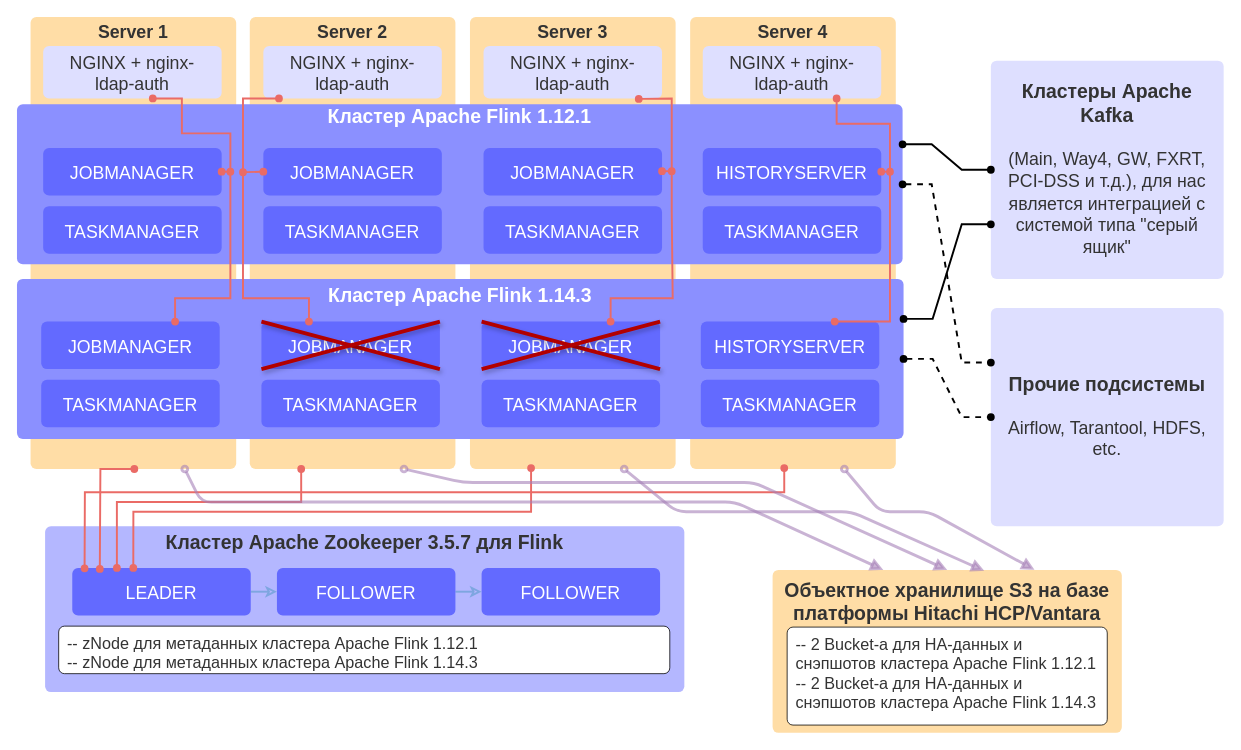
parametriq/diagrams keeps this draw.io diagram as Flink.drawio. Above is the earlier version. Source tidied: cells renumbered, new cells numbered last; positions are measured from the earlier drawing's top-left corner, leaving out a move shared by most shapes. Both pictures are drawn from the tidied source at 97%, with x=0, y=0 at pixel (16, 16).
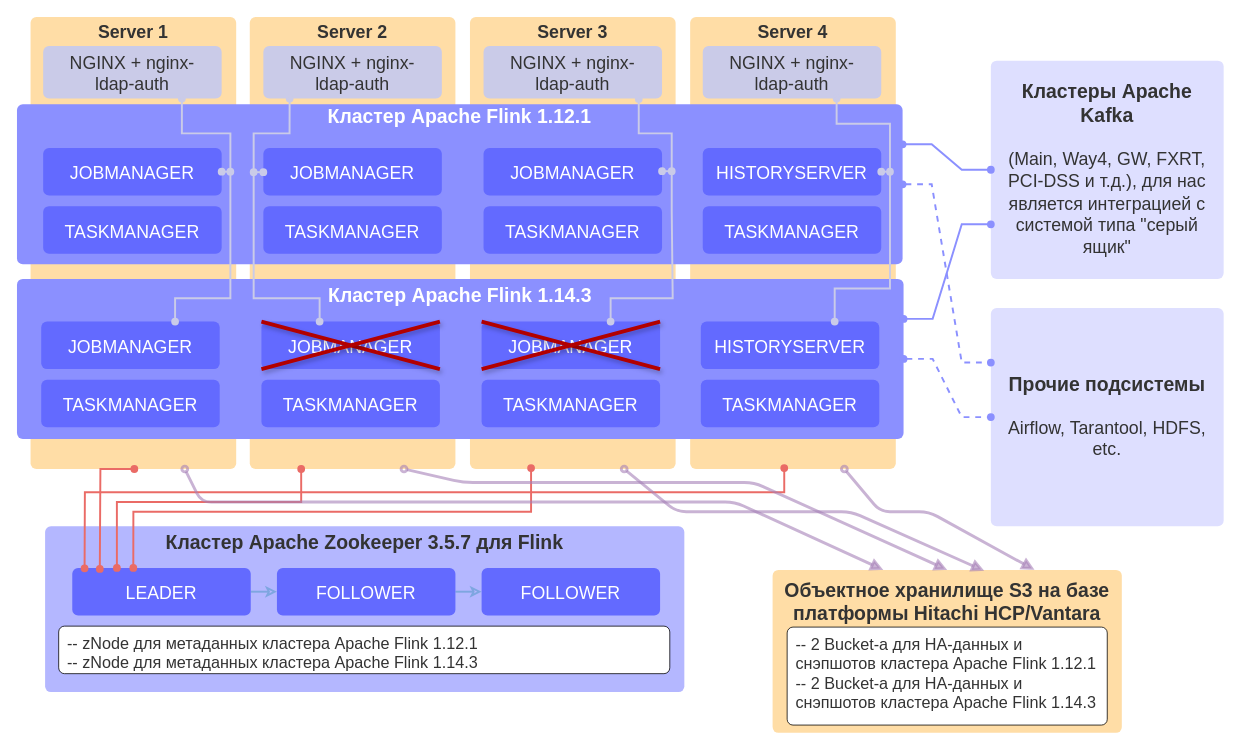
The same page after the edit.

The change refers to these unchanged cells:
```xml
<mxCell id="7" value="JOBMANAGER" style="html=1;overflow=block;blockSpacing=1;whiteSpace=wrap;fontSize=18.3;fontColor=#ffffff;align=center;spacingLeft=8.4;spacingRight=8.4;spacingTop=2.4;spacing=3.6;strokeOpacity=0;fillOpacity=100;rounded=1;absoluteArcSize=1;arcSize=12;fillColor=#636aff;strokeWidth=0.8;" parent="1" vertex="1">
  <mxGeometry x="27" y="135" width="184" height="49" as="geometry" />
</mxCell>
<mxCell id="11" value="&lt;div style=&quot;display: flex; justify-content: center; text-align: center; align-items: baseline; font-size: 0; line-height: 1.25;margin-left: 8.4px;margin-right: 8.4px;margin-top: 2.4px;margin-top: -2px;&quot;&gt;&lt;span&gt;&lt;span style=&quot;font-size:20px;color:#333333;font-weight: bold;&quot;&gt;Кластеры Apache Kafka&#10;&lt;/span&gt;&lt;/span&gt;&lt;/div&gt;&lt;div style=&quot;display: flex; justify-content: center; text-align: center; align-items: baseline; font-size: 0; line-height: 1.25;margin-top: -2px;&quot;&gt;&lt;span&gt;&lt;span style=&quot;font-size:13px;color:#333333;&quot;&gt;&lt;span style=&quot;font-size:18.3px;color:#333333;&quot;&gt;&#10;(Main, Way4, GW, FXRT, PCI-DSS и т.д.), для нас является интеграцией с системой типа &quot;серый ящик&quot;&lt;/span&gt;&lt;/span&gt;&lt;/span&gt;&lt;/div&gt;" style="html=1;overflow=block;blockSpacing=1;whiteSpace=wrap;fontSize=13;spacing=3.6;verticalAlign=middle;strokeOpacity=0;fillOpacity=100;rounded=1;absoluteArcSize=1;arcSize=12;fillColor=#dedfff;strokeWidth=0.8;" parent="1" vertex="1">
  <mxGeometry x="1004" y="45" width="240" height="225" as="geometry" />
</mxCell>
<mxCell id="20" value="JOBMANAGER" style="html=1;overflow=block;blockSpacing=1;whiteSpace=wrap;fontSize=18.3;fontColor=#ffffff;align=center;spacingLeft=8.4;spacingRight=8.4;spacingTop=2.4;spacing=3.6;strokeOpacity=0;fillOpacity=100;rounded=1;absoluteArcSize=1;arcSize=12;fillColor=#636aff;strokeWidth=0.8;" parent="1" vertex="1">
  <mxGeometry x="254" y="135" width="184" height="49" as="geometry" />
</mxCell>
<mxCell id="29" value="&lt;div style=&quot;display: flex; justify-content: center; text-align: center; align-items: baseline; font-size: 0; line-height: 1.25;margin-left: 8.4px;margin-right: 8.4px;margin-top: 2.4px;margin-top: -2px;&quot;&gt;&lt;span&gt;&lt;span style=&quot;font-size:20px;color:#333333;font-weight: bold;&quot;&gt;Прочие подсистемы&#10;&lt;/span&gt;&lt;/span&gt;&lt;/div&gt;&lt;div style=&quot;display: flex; justify-content: center; text-align: center; align-items: baseline; font-size: 0; line-height: 1.25;margin-top: -2px;&quot;&gt;&lt;span&gt;&lt;span style=&quot;font-size:13px;color:#333333;&quot;&gt;&lt;span style=&quot;font-size:18.3px;color:#333333;&quot;&gt;&#10;Airflow, Tarantool, HDFS, etc.&lt;/span&gt;&lt;/span&gt;&lt;/span&gt;&lt;/div&gt;" style="html=1;overflow=block;blockSpacing=1;whiteSpace=wrap;fontSize=13;spacing=3.6;verticalAlign=middle;strokeOpacity=0;fillOpacity=100;rounded=1;absoluteArcSize=1;arcSize=12;fillColor=#dedfff;strokeWidth=0.8;" parent="1" vertex="1">
  <mxGeometry x="1004" y="300" width="240" height="225" as="geometry" />
</mxCell>
<mxCell id="30" value="Кластер Apache Flink 1.14.3" style="html=1;overflow=block;blockSpacing=1;whiteSpace=wrap;fontSize=20;fontColor=#ffffff;fontStyle=1;spacingLeft=8.4;spacingRight=8.4;spacingTop=2.4;spacing=3.6;verticalAlign=top;strokeOpacity=0;fillOpacity=100;rounded=1;absoluteArcSize=1;arcSize=12;fillColor=#8b90ff;strokeWidth=0.8;" parent="1" vertex="1">
  <mxGeometry y="270" width="914" height="165" as="geometry" />
</mxCell>
<mxCell id="31" value="JOBMANAGER" style="html=1;overflow=block;blockSpacing=1;whiteSpace=wrap;fontSize=18.3;fontColor=#ffffff;align=center;spacingLeft=8.4;spacingRight=8.4;spacingTop=2.4;spacing=3.6;strokeOpacity=0;fillOpacity=100;rounded=1;absoluteArcSize=1;arcSize=12;fillColor=#636aff;strokeWidth=0.8;" parent="1" vertex="1">
  <mxGeometry x="25" y="314" width="184" height="49" as="geometry" />
</mxCell>
<mxCell id="37" value="HISTORYSERVER" style="html=1;overflow=block;blockSpacing=1;whiteSpace=wrap;fontSize=18.3;fontColor=#ffffff;align=center;spacingLeft=8.4;spacingRight=8.4;spacingTop=2.4;spacing=3.6;strokeOpacity=0;fillOpacity=100;rounded=1;absoluteArcSize=1;arcSize=12;fillColor=#636aff;strokeWidth=0.8;" parent="1" vertex="1">
  <mxGeometry x="705" y="314" width="184" height="49" as="geometry" />
</mxCell>
```

The edit, as a diff of the source:
```diff
@@
-    <mxCell id="6" value="&lt;div style=&quot;display: flex; justify-content: center; text-align: center; align-items: baseline; font-size: 0; line-height: 1.25;margin-left: 8.4px;margin-right: 8.4px;margin-top: 2.4px;margin-top: -2px;&quot;&gt;&lt;span&gt;&lt;span style=&quot;font-size:20px;color:#ffffff;font-weight: bold;&quot;&gt;Кластер Apache Flink 1.12.1&lt;/span&gt;&lt;span style=&quot;font-size:18.3px;color:#ffffff;&quot;&gt; &lt;/span&gt;&lt;/span&gt;&lt;/div&gt;" style="html=1;overflow=block;blockSpacing=1;whiteSpace=wrap;fontSize=13;spacing=3.6;verticalAlign=top;strokeOpacity=0;fillOpacity=100;rounded=1;absoluteArcSize=1;arcSize=12;fillColor=#8b90ff;strokeWidth=0.8;" parent="1" vertex="1">
+    <mxCell id="6" value="&lt;div style=&quot;display: flex; justify-content: center; text-align: center; align-items: baseline; font-size: 0; line-height: 1.25;margin-left: 8.4px;margin-right: 8.4px;margin-top: 2.4px;margin-top: -2px;&quot;&gt;&lt;font color=&quot;#FFFFFF&quot;&gt;&lt;b&gt;&lt;span&gt;&lt;span style=&quot;font-size: 20px;&quot;&gt;Кластер Apache Flink 1.12.1&lt;/span&gt;&lt;span style=&quot;font-size: 18.3px;&quot;&gt; &lt;/span&gt;&lt;/span&gt;&lt;/b&gt;&lt;/font&gt;&lt;/div&gt;" style="html=1;overflow=block;blockSpacing=1;whiteSpace=wrap;fontSize=13;spacing=3.6;verticalAlign=top;strokeOpacity=0;fillOpacity=100;rounded=1;absoluteArcSize=1;arcSize=12;fillColor=#8b90ff;strokeWidth=0.8;" parent="1" vertex="1">
       <mxGeometry y="90" width="913" height="165" as="geometry" />
     </mxCell>
@@
-    <mxCell id="10" value="NGINX + nginx-ldap-auth" style="html=1;overflow=block;blockSpacing=1;whiteSpace=wrap;fontSize=18.3;fontColor=#333333;align=center;spacingLeft=8.4;spacingRight=8.4;spacingTop=2.4;spacing=3.6;verticalAlign=middle;strokeOpacity=0;fillOpacity=100;rounded=1;absoluteArcSize=1;arcSize=12;fillColor=#dedfff;strokeWidth=0.8;" parent="1" vertex="1">
+    <mxCell id="10" value="NGINX + nginx-ldap-auth" style="html=1;overflow=block;blockSpacing=1;whiteSpace=wrap;fontSize=18.3;fontColor=#333333;align=center;spacingLeft=8.4;spacingRight=8.4;spacingTop=2.4;spacing=3.6;verticalAlign=middle;strokeOpacity=0;fillOpacity=100;rounded=1;absoluteArcSize=1;arcSize=12;fillColor=#CACBE8;strokeWidth=0.8;" parent="1" vertex="1">
       <mxGeometry x="27" y="30" width="184" height="54" as="geometry" />
     </mxCell>
@@
-    <mxCell id="22" value="NGINX + nginx-ldap-auth" style="html=1;overflow=block;blockSpacing=1;whiteSpace=wrap;fontSize=18.3;fontColor=#333333;align=center;spacingLeft=8.4;spacingRight=8.4;spacingTop=2.4;spacing=3.6;verticalAlign=middle;strokeOpacity=0;fillOpacity=100;rounded=1;absoluteArcSize=1;arcSize=12;fillColor=#dedfff;strokeWidth=0.8;" parent="1" vertex="1">
+    <mxCell id="22" value="NGINX + nginx-ldap-auth" style="html=1;overflow=block;blockSpacing=1;whiteSpace=wrap;fontSize=18.3;fontColor=#333333;align=center;spacingLeft=8.4;spacingRight=8.4;spacingTop=2.4;spacing=3.6;verticalAlign=middle;strokeOpacity=0;fillOpacity=100;rounded=1;absoluteArcSize=1;arcSize=12;fillColor=#CACBE8;strokeWidth=0.8;" parent="1" vertex="1">
       <mxGeometry x="254" y="30" width="184" height="54" as="geometry" />
     </mxCell>
@@
-    <mxCell id="25" value="NGINX + nginx-ldap-auth" style="html=1;overflow=block;blockSpacing=1;whiteSpace=wrap;fontSize=18.3;fontColor=#333333;align=center;spacingLeft=8.4;spacingRight=8.4;spacingTop=2.4;spacing=3.6;verticalAlign=middle;strokeOpacity=0;fillOpacity=100;rounded=1;absoluteArcSize=1;arcSize=12;fillColor=#dedfff;strokeWidth=0.8;" parent="1" vertex="1">
+    <mxCell id="25" value="NGINX + nginx-ldap-auth" style="html=1;overflow=block;blockSpacing=1;whiteSpace=wrap;fontSize=18.3;fontColor=#333333;align=center;spacingLeft=8.4;spacingRight=8.4;spacingTop=2.4;spacing=3.6;verticalAlign=middle;strokeOpacity=0;fillOpacity=100;rounded=1;absoluteArcSize=1;arcSize=12;fillColor=#CACBE8;strokeWidth=0.8;" parent="1" vertex="1">
       <mxGeometry x="481" y="30" width="184" height="54" as="geometry" />
     </mxCell>
@@
-    <mxCell id="28" value="NGINX + nginx-ldap-auth" style="html=1;overflow=block;blockSpacing=1;whiteSpace=wrap;fontSize=18.3;fontColor=#333333;align=center;spacingLeft=8.4;spacingRight=8.4;spacingTop=2.4;spacing=3.6;verticalAlign=middle;strokeOpacity=0;fillOpacity=100;rounded=1;absoluteArcSize=1;arcSize=12;fillColor=#dedfff;strokeWidth=0.8;" parent="1" vertex="1">
+    <mxCell id="28" value="NGINX + nginx-ldap-auth" style="html=1;overflow=block;blockSpacing=1;whiteSpace=wrap;fontSize=18.3;fontColor=#333333;align=center;spacingLeft=8.4;spacingRight=8.4;spacingTop=2.4;spacing=3.6;verticalAlign=middle;strokeOpacity=0;fillOpacity=100;rounded=1;absoluteArcSize=1;arcSize=12;fillColor=#CACBE8;strokeWidth=0.8;strokeColor=#CACBE8;" parent="1" vertex="1">
       <mxGeometry x="707" y="30" width="184" height="54" as="geometry" />
     </mxCell>
@@
-    <mxCell id="39" style="rounded=0;jettySize=auto;html=1;entryX=0.75;entryY=0;entryDx=0;entryDy=0;startArrow=oval;startFill=1;endArrow=oval;endFill=1;strokeWidth=2;strokeColor=#EA6B66;jumpStyle=none;" parent="1" edge="1" target="31">
+    <mxCell id="39" style="rounded=0;jettySize=auto;html=1;entryX=0.75;entryY=0;entryDx=0;entryDy=0;startArrow=oval;startFill=1;endArrow=oval;endFill=1;strokeWidth=2;strokeColor=#CACBE8;jumpStyle=none;" parent="1" edge="1" target="31">
       <mxGeometry relative="1" as="geometry">
-        <mxPoint x="140" y="84" as="sourcePoint" />
+        <mxPoint x="170" y="84" as="sourcePoint" />
         <Array as="points">
           <mxPoint x="170" y="84" />
           <mxPoint x="170" y="120" />
           <mxPoint x="220" y="120" />
           <mxPoint x="220" y="230" />
           <mxPoint x="220" y="290" />
           <mxPoint x="163" y="290" />
         </Array>
       </mxGeometry>
     </mxCell>
-    <mxCell id="40" style="edgeStyle=none;rounded=0;jumpStyle=none;orthogonalLoop=1;jettySize=auto;html=1;exitX=0.071;exitY=1;exitDx=0;exitDy=0;entryX=0.25;entryY=0;entryDx=0;entryDy=0;startArrow=oval;startFill=1;endArrow=oval;endFill=1;strokeColor=#EA6B66;strokeWidth=2;exitPerimeter=0;" parent="1" edge="1">
+    <mxCell id="40" style="edgeStyle=none;rounded=0;jumpStyle=none;orthogonalLoop=1;jettySize=auto;html=1;exitX=0.071;exitY=1;exitDx=0;exitDy=0;entryX=0.25;entryY=0;entryDx=0;entryDy=0;startArrow=oval;startFill=1;endArrow=oval;endFill=1;strokeColor=#CACBE8;strokeWidth=2;exitPerimeter=0;" parent="1" edge="1">
       <mxGeometry relative="1" as="geometry">
-        <mxPoint x="270.1" y="84" as="sourcePoint" />
-        <mxPoint x="301" y="314" as="targetPoint" />
+        <mxPoint x="281.1" y="84" as="sourcePoint" />
+        <mxPoint x="312" y="314" as="targetPoint" />
         <Array as="points">
-          <mxPoint x="233" y="84" />
-          <mxPoint x="233" y="200" />
-          <mxPoint x="233" y="290" />
-          <mxPoint x="301" y="290" />
+          <mxPoint x="281" y="120" />
+          <mxPoint x="244" y="120" />
+          <mxPoint x="244" y="200" />
+          <mxPoint x="244" y="290" />
+          <mxPoint x="312" y="290" />
         </Array>
       </mxGeometry>
     </mxCell>
-    <mxCell id="41" style="edgeStyle=none;rounded=0;jumpStyle=none;orthogonalLoop=1;jettySize=auto;html=1;exitX=0.886;exitY=1.009;exitDx=0;exitDy=0;entryX=0.75;entryY=0;entryDx=0;entryDy=0;startArrow=oval;startFill=1;endArrow=oval;endFill=1;strokeColor=#EA6B66;strokeWidth=2;exitPerimeter=0;" parent="1" edge="1">
+    <mxCell id="41" style="edgeStyle=none;rounded=0;jumpStyle=none;orthogonalLoop=1;jettySize=auto;html=1;exitX=0.886;exitY=1.009;exitDx=0;exitDy=0;entryX=0.75;entryY=0;entryDx=0;entryDy=0;startArrow=oval;startFill=1;endArrow=oval;endFill=1;strokeColor=#CACBE8;strokeWidth=2;exitPerimeter=0;" parent="1" edge="1">
       <mxGeometry relative="1" as="geometry">
         <mxPoint x="641" y="84.5" as="sourcePoint" />
         <mxPoint x="612" y="314" as="targetPoint" />
         <Array as="points">
-          <mxPoint x="675" y="84" />
+          <mxPoint x="641" y="120" />
+          <mxPoint x="675" y="120" />
           <mxPoint x="675" y="200" />
           <mxPoint x="676" y="290" />
           <mxPoint x="612" y="290" />
         </Array>
       </mxGeometry>
     </mxCell>
-    <mxCell id="42" style="edgeStyle=none;rounded=0;jumpStyle=none;jettySize=auto;html=1;exitX=0.75;exitY=1;exitDx=0;exitDy=0;entryX=0.75;entryY=0;entryDx=0;entryDy=0;startArrow=oval;startFill=1;endArrow=oval;endFill=1;strokeColor=#EA6B66;strokeWidth=2;" parent="1" edge="1" source="28" target="37">
+    <mxCell id="42" style="edgeStyle=none;rounded=0;jumpStyle=none;jettySize=auto;html=1;exitX=0.75;exitY=1;exitDx=0;exitDy=0;entryX=0.75;entryY=0;entryDx=0;entryDy=0;startArrow=oval;startFill=1;endArrow=oval;endFill=1;strokeColor=#CACBE8;strokeWidth=2;fillColor=#cce5ff;" parent="1" edge="1" source="28" target="37">
       <mxGeometry relative="1" as="geometry">
         <Array as="points">
           <mxPoint x="845" y="110" />
           <mxPoint x="900" y="110" />
-          <mxPoint x="900" y="314" />
+          <mxPoint x="900" y="280" />
+          <mxPoint x="843" y="280" />
         </Array>
       </mxGeometry>
     </mxCell>
@@
-    <mxCell id="47" style="edgeStyle=entityRelationEdgeStyle;rounded=0;jettySize=auto;html=1;exitX=1;exitY=0.25;exitDx=0;exitDy=0;strokeWidth=2;startArrow=oval;startFill=1;endArrow=oval;endFill=1;" parent="1" edge="1" source="6" target="11">
+    <mxCell id="47" style="edgeStyle=entityRelationEdgeStyle;rounded=0;jettySize=auto;html=1;exitX=1;exitY=0.25;exitDx=0;exitDy=0;strokeWidth=2;startArrow=oval;startFill=1;endArrow=oval;endFill=1;strokeColor=#8B90FF;" parent="1" edge="1" source="6" target="11">
       <mxGeometry relative="1" as="geometry" />
     </mxCell>
-    <mxCell id="48" style="edgeStyle=entityRelationEdgeStyle;rounded=0;jettySize=auto;html=1;exitX=1;exitY=0.25;exitDx=0;exitDy=0;entryX=0;entryY=0.75;entryDx=0;entryDy=0;startArrow=oval;startFill=1;endArrow=oval;endFill=1;strokeWidth=2;" parent="1" edge="1" source="30" target="11">
+    <mxCell id="48" style="edgeStyle=entityRelationEdgeStyle;rounded=0;jettySize=auto;html=1;exitX=1;exitY=0.25;exitDx=0;exitDy=0;entryX=0;entryY=0.75;entryDx=0;entryDy=0;startArrow=oval;startFill=1;endArrow=oval;endFill=1;strokeWidth=2;strokeColor=#8B90FF;" parent="1" edge="1" source="30" target="11">
       <mxGeometry relative="1" as="geometry" />
     </mxCell>
-    <mxCell id="49" style="edgeStyle=entityRelationEdgeStyle;rounded=0;jettySize=auto;html=1;exitX=1;exitY=0.5;exitDx=0;exitDy=0;entryX=0;entryY=0.25;entryDx=0;entryDy=0;startArrow=oval;startFill=1;endArrow=oval;endFill=1;strokeWidth=2;dashed=1;" parent="1" edge="1" source="6" target="29">
+    <mxCell id="49" style="edgeStyle=entityRelationEdgeStyle;rounded=0;jettySize=auto;html=1;exitX=1;exitY=0.5;exitDx=0;exitDy=0;entryX=0;entryY=0.25;entryDx=0;entryDy=0;startArrow=oval;startFill=1;endArrow=oval;endFill=1;strokeWidth=2;dashed=1;strokeColor=#8B90FF;" parent="1" edge="1" source="6" target="29">
       <mxGeometry relative="1" as="geometry" />
     </mxCell>
-    <mxCell id="50" style="edgeStyle=entityRelationEdgeStyle;rounded=0;jettySize=auto;html=1;exitX=1;exitY=0.5;exitDx=0;exitDy=0;startArrow=oval;startFill=1;endArrow=oval;endFill=1;strokeWidth=2;dashed=1;" parent="1" edge="1" source="30" target="29">
+    <mxCell id="50" style="edgeStyle=entityRelationEdgeStyle;rounded=0;jettySize=auto;html=1;exitX=1;exitY=0.5;exitDx=0;exitDy=0;startArrow=oval;startFill=1;endArrow=oval;endFill=1;strokeWidth=2;dashed=1;strokeColor=#8B90FF;" parent="1" edge="1" source="30" target="29">
       <mxGeometry relative="1" as="geometry" />
     </mxCell>
-    <mxCell id="51" style="edgeStyle=none;rounded=1;jumpStyle=none;jettySize=auto;html=1;startArrow=oval;startFill=1;endArrow=oval;endFill=1;strokeColor=#EA6B66;strokeWidth=2;exitX=0;exitY=0.5;exitDx=0;exitDy=0;" parent="1" edge="1" source="20">
+    <mxCell id="51" style="edgeStyle=none;rounded=1;jumpStyle=none;orthogonalLoop=1;jettySize=auto;html=1;startArrow=oval;startFill=1;endArrow=oval;endFill=1;strokeColor=#CACBE8;strokeWidth=2;" parent="1" edge="1">
       <mxGeometry relative="1" as="geometry">
-        <mxPoint x="233" y="160" as="targetPoint" />
+        <mxPoint x="254" y="160" as="sourcePoint" />
+        <mxPoint x="244" y="160" as="targetPoint" />
       </mxGeometry>
     </mxCell>
-    <mxCell id="52" style="edgeStyle=none;rounded=1;jumpStyle=none;jettySize=auto;html=1;exitX=1;exitY=0.5;exitDx=0;exitDy=0;startArrow=oval;startFill=1;endArrow=oval;endFill=1;strokeColor=#EA6B66;strokeWidth=2;" parent="1" edge="1" source="7">
+    <mxCell id="52" style="edgeStyle=none;rounded=1;jumpStyle=none;jettySize=auto;html=1;exitX=1;exitY=0.5;exitDx=0;exitDy=0;startArrow=oval;startFill=1;endArrow=oval;endFill=1;strokeColor=#CACBE8;strokeWidth=2;" parent="1" edge="1" source="7">
       <mxGeometry relative="1" as="geometry">
         <mxPoint x="220" y="159.5" as="targetPoint" />
       </mxGeometry>
     </mxCell>
-    <mxCell id="53" style="edgeStyle=none;rounded=1;jumpStyle=none;orthogonalLoop=1;jettySize=auto;html=1;exitX=1;exitY=0.5;exitDx=0;exitDy=0;startArrow=oval;startFill=1;endArrow=oval;endFill=1;strokeColor=#EA6B66;strokeWidth=2;" parent="1" edge="1">
+    <mxCell id="53" style="edgeStyle=none;rounded=1;jumpStyle=none;orthogonalLoop=1;jettySize=auto;html=1;exitX=1;exitY=0.5;exitDx=0;exitDy=0;startArrow=oval;startFill=1;endArrow=oval;endFill=1;strokeColor=#CACBE8;strokeWidth=2;" parent="1" edge="1">
       <mxGeometry relative="1" as="geometry">
         <mxPoint x="891" y="159.5" as="sourcePoint" />
         <mxPoint x="900" y="159.5" as="targetPoint" />
       </mxGeometry>
     </mxCell>
-    <mxCell id="54" style="edgeStyle=none;rounded=1;jumpStyle=none;orthogonalLoop=1;jettySize=auto;html=1;startArrow=oval;startFill=1;endArrow=oval;endFill=1;strokeColor=#EA6B66;strokeWidth=2;" parent="1" edge="1">
+    <mxCell id="54" style="edgeStyle=none;rounded=1;jumpStyle=none;orthogonalLoop=1;jettySize=auto;html=1;startArrow=oval;startFill=1;endArrow=oval;endFill=1;strokeColor=#CACBE8;strokeWidth=2;" parent="1" edge="1">
       <mxGeometry relative="1" as="geometry">
         <mxPoint x="665" y="159" as="sourcePoint" />
         <mxPoint x="675" y="159" as="targetPoint" />
       </mxGeometry>
     </mxCell>
```
